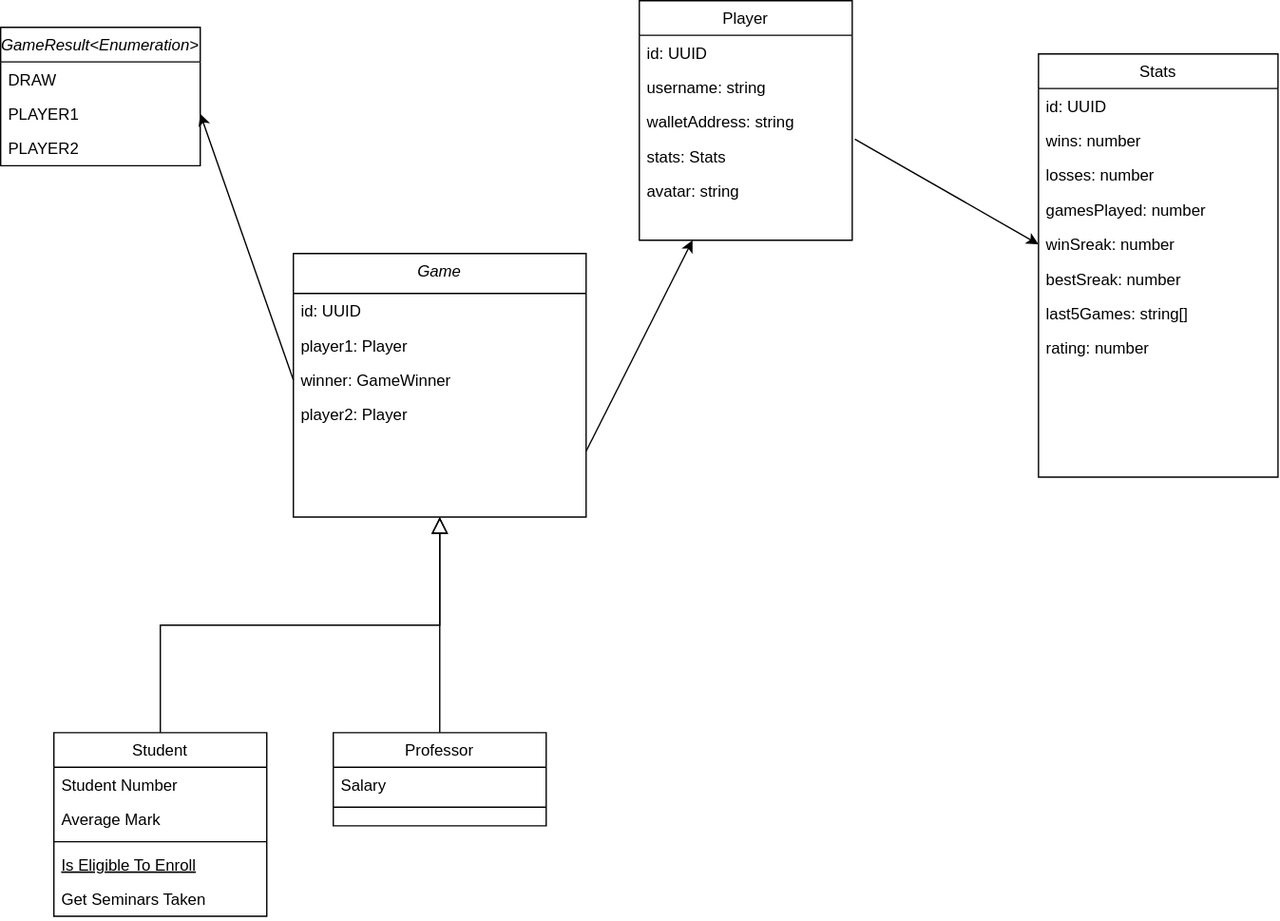
Earlier version of the draw.io export gameBackend/diagrams/skillup.drawio.svg (Biokes/Skillup). Source tidied: cells renumbered, new cells last; positions are measured from the earlier drawing's top-left corner, leaving out a move shared by most shapes.
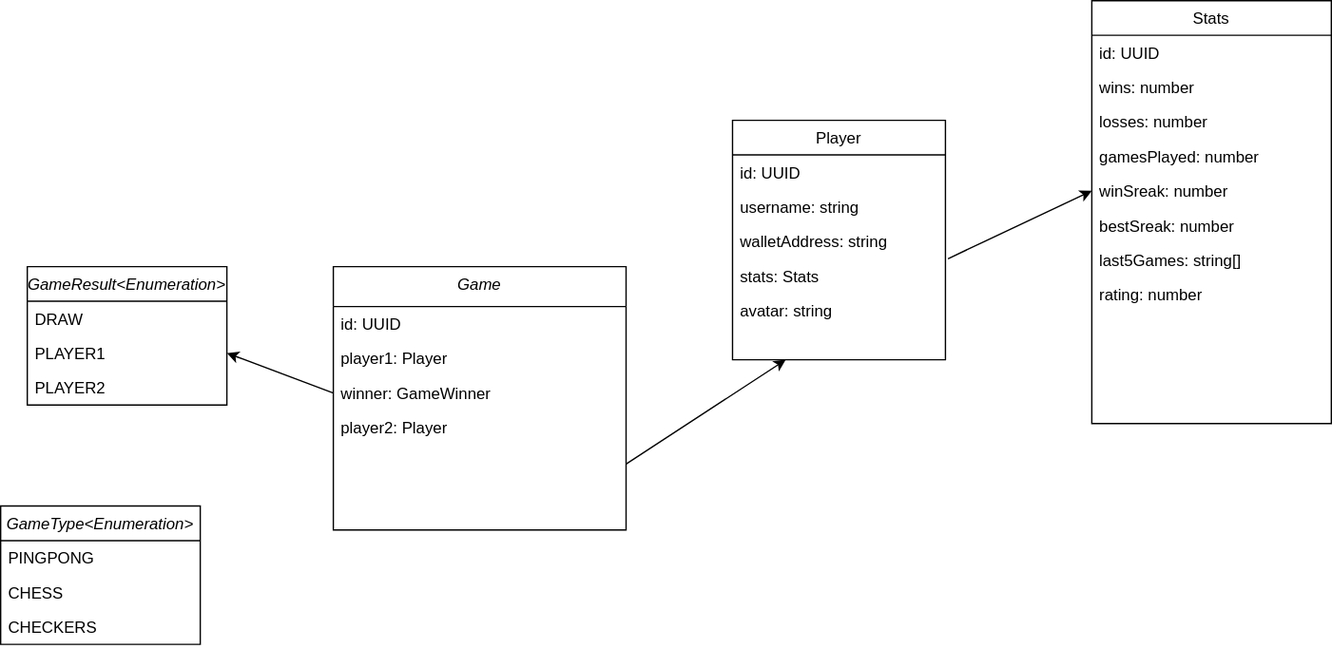
Above is the later version.

Commit message:
update uml diagrams

Change to the diagram source:
```diff
@@ -3,7 +3,7 @@
     <mxCell id="0" />
     <mxCell id="1" parent="0" />
     <mxCell id="2" value="Game" style="swimlane;fontStyle=2;align=center;verticalAlign=top;horizontal=1;startSize=30;rounded=0;shadow=0;strokeWidth=1;" parent="1" vertex="1">
-      <mxGeometry x="220" y="190" width="220" height="198" as="geometry" />
+      <mxGeometry x="210" y="240" width="220" height="198" as="geometry" />
     </mxCell>
     <mxCell id="3" value="id: UUID" style="text;align=left;verticalAlign=top;spacingLeft=4;spacingRight=4;overflow=hidden;" parent="2" vertex="1">
       <mxGeometry y="30" width="220" height="26" as="geometry" />
@@ -17,41 +17,8 @@
     <mxCell id="6" value="player2: Player" style="text;align=left;verticalAlign=top;spacingLeft=4;spacingRight=4;overflow=hidden;rounded=0;shadow=0;html=0;" parent="2" vertex="1">
       <mxGeometry y="108" width="220" height="26" as="geometry" />
     </mxCell>
-    <mxCell id="7" value="Student" style="swimlane;fontStyle=0;align=center;verticalAlign=top;horizontal=1;startSize=26;rounded=0;shadow=0;strokeWidth=1;" parent="1" vertex="1">
-      <mxGeometry x="40" y="550" width="160" height="138" as="geometry" />
-    </mxCell>
-    <mxCell id="8" value="Student Number" style="text;align=left;verticalAlign=top;spacingLeft=4;spacingRight=4;overflow=hidden;" parent="7" vertex="1">
-      <mxGeometry y="26" width="160" height="26" as="geometry" />
-    </mxCell>
-    <mxCell id="9" value="Average Mark" style="text;align=left;verticalAlign=top;spacingLeft=4;spacingRight=4;overflow=hidden;rounded=0;shadow=0;html=0;" parent="7" vertex="1">
-      <mxGeometry y="52" width="160" height="26" as="geometry" />
-    </mxCell>
-    <mxCell id="10" style="line;html=1;strokeWidth=1;align=left;verticalAlign=middle;spacingTop=-1;spacingLeft=3;spacingRight=3;labelPosition=right;" parent="7" vertex="1">
-      <mxGeometry y="78" width="160" height="8" as="geometry" />
-    </mxCell>
-    <mxCell id="11" value="Is Eligible To Enroll" style="text;align=left;verticalAlign=top;spacingLeft=4;spacingRight=4;overflow=hidden;fontStyle=4;" parent="7" vertex="1">
-      <mxGeometry y="86" width="160" height="26" as="geometry" />
-    </mxCell>
-    <mxCell id="12" value="Get Seminars Taken" style="text;align=left;verticalAlign=top;spacingLeft=4;spacingRight=4;overflow=hidden;" parent="7" vertex="1">
-      <mxGeometry y="112" width="160" height="26" as="geometry" />
-    </mxCell>
-    <mxCell id="13" style="endArrow=block;endSize=10;endFill=0;shadow=0;strokeWidth=1;rounded=0;curved=0;edgeStyle=elbowEdgeStyle;elbow=vertical;" parent="1" edge="1" source="7" target="2">
-      <mxGeometry relative="1" as="geometry" />
-    </mxCell>
-    <mxCell id="14" value="Professor" style="swimlane;fontStyle=0;align=center;verticalAlign=top;horizontal=1;startSize=26;rounded=0;shadow=0;strokeWidth=1;" parent="1" vertex="1">
-      <mxGeometry x="250" y="550" width="160" height="70" as="geometry" />
-    </mxCell>
-    <mxCell id="15" value="Salary" style="text;align=left;verticalAlign=top;spacingLeft=4;spacingRight=4;overflow=hidden;" parent="14" vertex="1">
-      <mxGeometry y="26" width="160" height="26" as="geometry" />
-    </mxCell>
-    <mxCell id="16" style="line;html=1;strokeWidth=1;align=left;verticalAlign=middle;spacingTop=-1;spacingLeft=3;spacingRight=3;labelPosition=right;" parent="14" vertex="1">
-      <mxGeometry y="52" width="160" height="8" as="geometry" />
-    </mxCell>
-    <mxCell id="17" style="endArrow=block;endSize=10;endFill=0;shadow=0;strokeWidth=1;rounded=0;curved=0;edgeStyle=elbowEdgeStyle;elbow=vertical;" parent="1" edge="1" source="14" target="2">
-      <mxGeometry relative="1" as="geometry" />
-    </mxCell>
     <mxCell id="18" value="Player" style="swimlane;fontStyle=0;align=center;verticalAlign=top;horizontal=1;startSize=26;rounded=0;shadow=0;strokeWidth=1;" parent="1" vertex="1">
-      <mxGeometry x="480" width="160" height="180" as="geometry" />
+      <mxGeometry x="510" y="130" width="160" height="180" as="geometry" />
     </mxCell>
     <mxCell id="19" value="id: UUID" style="text;align=left;verticalAlign=top;spacingLeft=4;spacingRight=4;overflow=hidden;" parent="18" vertex="1">
       <mxGeometry y="26" width="160" height="26" as="geometry" />
@@ -99,7 +66,7 @@
       <mxGeometry relative="1" as="geometry" />
     </mxCell>
     <mxCell id="34" value="GameResult&lt;Enumeration&gt;" style="swimlane;fontStyle=2;align=center;verticalAlign=top;horizontal=1;startSize=26;rounded=0;shadow=0;strokeWidth=1;" parent="1" vertex="1">
-      <mxGeometry y="20" width="150" height="104" as="geometry" />
+      <mxGeometry x="-20" y="240" width="150" height="104" as="geometry" />
     </mxCell>
     <mxCell id="35" value="DRAW" style="text;align=left;verticalAlign=top;spacingLeft=4;spacingRight=4;overflow=hidden;" parent="34" vertex="1">
       <mxGeometry y="26" width="150" height="26" as="geometry" />
@@ -116,5 +83,17 @@
     <mxCell id="39" style="endArrow=classic;html=1;rounded=0;exitX=1;exitY=0.75;exitDx=0;exitDy=0;entryX=0.25;entryY=1;entryDx=0;entryDy=0;" parent="1" edge="1" source="2" target="18">
       <mxGeometry relative="1" as="geometry" />
     </mxCell>
+    <mxCell id="40" value="GameType&lt;Enumeration&gt;" style="swimlane;fontStyle=2;align=center;verticalAlign=top;horizontal=1;startSize=26;rounded=0;shadow=0;strokeWidth=1;" parent="1" vertex="1">
+      <mxGeometry x="-40" y="420" width="150" height="104" as="geometry" />
+    </mxCell>
+    <mxCell id="41" value="PINGPONG" style="text;align=left;verticalAlign=top;spacingLeft=4;spacingRight=4;overflow=hidden;" parent="40" vertex="1">
+      <mxGeometry y="26" width="150" height="26" as="geometry" />
+    </mxCell>
+    <mxCell id="42" value="CHESS" style="text;align=left;verticalAlign=top;spacingLeft=4;spacingRight=4;overflow=hidden;rounded=0;shadow=0;html=0;" parent="40" vertex="1">
+      <mxGeometry y="52" width="150" height="26" as="geometry" />
+    </mxCell>
+    <mxCell id="43" value="CHECKERS" style="text;align=left;verticalAlign=top;spacingLeft=4;spacingRight=4;overflow=hidden;rounded=0;shadow=0;html=0;" parent="40" vertex="1">
+      <mxGeometry y="78" width="150" height="26" as="geometry" />
+    </mxCell>
   </root>
 </mxGraphModel>
```
